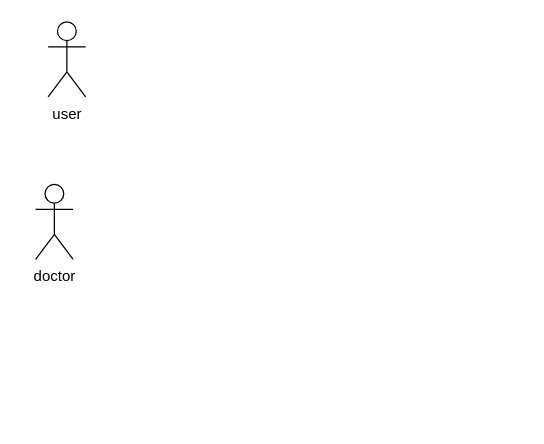
The draw.io diagram Authentication Use case.drawio in souravbiswassanto/Projects, before the edit. Source tidied: cells renumbered, new cells numbered last; positions are measured from the earlier drawing's top-left corner, leaving out a move shared by most shapes. Both pictures are drawn from the tidied source at 125%, with x=0, y=0 at pixel (35, 21).
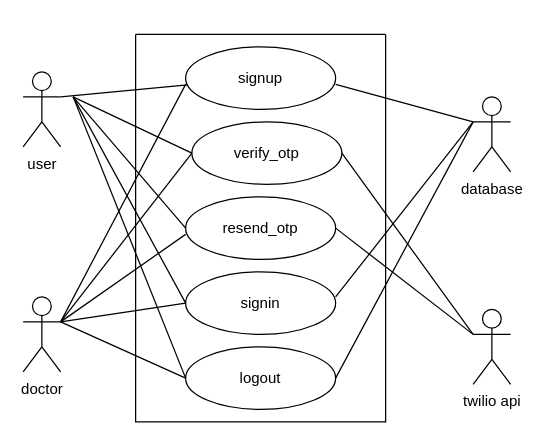
The same page after the edit.

Diff of the diagram source:
```diff
@@
     <mxCell id="2" value="user" style="shape=umlActor;verticalLabelPosition=bottom;verticalAlign=top;html=1;" parent="1" vertex="1">
-      <mxGeometry x="10" width="30" height="60" as="geometry" />
+      <mxGeometry x="-10" y="40" width="30" height="60" as="geometry" />
     </mxCell>
     <mxCell id="3" value="doctor" style="shape=umlActor;verticalLabelPosition=bottom;verticalAlign=top;html=1;" parent="1" vertex="1">
-      <mxGeometry y="130" width="30" height="60" as="geometry" />
+      <mxGeometry x="-10" y="220" width="30" height="60" as="geometry" />
     </mxCell>
+    <mxCell id="4" value="twilio api" style="shape=umlActor;verticalLabelPosition=bottom;verticalAlign=top;html=1;" parent="1" vertex="1">
+      <mxGeometry x="350" y="230" width="30" height="60" as="geometry" />
+    </mxCell>
+    <mxCell id="5" style="swimlane;startSize=0;" parent="1" vertex="1">
+      <mxGeometry x="80" y="10" width="200" height="310" as="geometry" />
+    </mxCell>
+    <mxCell id="6" value="signup" style="ellipse;whiteSpace=wrap;html=1;" parent="5" vertex="1">
+      <mxGeometry x="40" y="10" width="120" height="50" as="geometry" />
+    </mxCell>
+    <mxCell id="7" value="verify_otp" style="ellipse;whiteSpace=wrap;html=1;" parent="5" vertex="1">
+      <mxGeometry x="45" y="70" width="120" height="50" as="geometry" />
+    </mxCell>
+    <mxCell id="8" value="resend_otp" style="ellipse;whiteSpace=wrap;html=1;" parent="5" vertex="1">
+      <mxGeometry x="40" y="130" width="120" height="50" as="geometry" />
+    </mxCell>
+    <mxCell id="9" value="signin" style="ellipse;whiteSpace=wrap;html=1;" parent="5" vertex="1">
+      <mxGeometry x="40" y="190" width="120" height="50" as="geometry" />
+    </mxCell>
+    <mxCell id="10" value="logout" style="ellipse;whiteSpace=wrap;html=1;" parent="5" vertex="1">
+      <mxGeometry x="40" y="250" width="120" height="50" as="geometry" />
+    </mxCell>
+    <mxCell id="11" value="database" style="shape=umlActor;verticalLabelPosition=bottom;verticalAlign=top;html=1;outlineConnect=0;" parent="1" vertex="1">
+      <mxGeometry x="350" y="60" width="30" height="60" as="geometry" />
+    </mxCell>
+    <mxCell id="12" style="endArrow=none;html=1;rounded=0;" parent="1" edge="1" target="6">
+      <mxGeometry relative="1" as="geometry">
+        <mxPoint x="20" y="60" as="sourcePoint" />
+      </mxGeometry>
+    </mxCell>
+    <mxCell id="13" style="endArrow=none;html=1;rounded=0;entryX=0;entryY=0.6;entryDx=0;entryDy=0;entryPerimeter=0;" parent="1" edge="1" target="6">
+      <mxGeometry relative="1" as="geometry">
+        <mxPoint x="20" y="240" as="sourcePoint" />
+      </mxGeometry>
+    </mxCell>
+    <mxCell id="14" style="endArrow=none;html=1;rounded=0;exitX=1;exitY=0.6;exitDx=0;exitDy=0;exitPerimeter=0;entryX=0;entryY=0.3333333333333333;entryDx=0;entryDy=0;entryPerimeter=0;" parent="1" edge="1" source="6" target="11">
+      <mxGeometry relative="1" as="geometry" />
+    </mxCell>
+    <mxCell id="15" style="endArrow=none;html=1;rounded=0;entryX=0;entryY=0.5;entryDx=0;entryDy=0;" parent="1" edge="1" target="7">
+      <mxGeometry relative="1" as="geometry">
+        <mxPoint x="30" y="60" as="sourcePoint" />
+      </mxGeometry>
+    </mxCell>
+    <mxCell id="16" style="endArrow=none;html=1;rounded=0;exitX=1;exitY=0.5;exitDx=0;exitDy=0;" parent="1" edge="1" source="7">
+      <mxGeometry relative="1" as="geometry">
+        <mxPoint x="350" y="250" as="targetPoint" />
+      </mxGeometry>
+    </mxCell>
+    <mxCell id="17" style="endArrow=none;html=1;rounded=0;entryX=0;entryY=0.5;entryDx=0;entryDy=0;" parent="1" edge="1" target="7">
+      <mxGeometry relative="1" as="geometry">
+        <mxPoint x="20" y="240" as="sourcePoint" />
+      </mxGeometry>
+    </mxCell>
+    <mxCell id="18" style="endArrow=none;html=1;rounded=0;exitX=1;exitY=0.5;exitDx=0;exitDy=0;" parent="1" edge="1" source="8">
+      <mxGeometry relative="1" as="geometry">
+        <mxPoint x="350" y="250" as="targetPoint" />
+      </mxGeometry>
+    </mxCell>
+    <mxCell id="19" style="endArrow=none;html=1;rounded=0;" parent="1" edge="1">
+      <mxGeometry relative="1" as="geometry">
+        <mxPoint x="20" y="240" as="sourcePoint" />
+        <mxPoint x="120" y="170" as="targetPoint" />
+      </mxGeometry>
+    </mxCell>
+    <mxCell id="20" style="endArrow=none;html=1;rounded=0;entryX=0;entryY=0.5;entryDx=0;entryDy=0;" parent="1" edge="1" target="8">
+      <mxGeometry relative="1" as="geometry">
+        <mxPoint x="30" y="60" as="sourcePoint" />
+      </mxGeometry>
+    </mxCell>
+    <mxCell id="21" style="endArrow=none;html=1;rounded=0;entryX=0;entryY=0.5;entryDx=0;entryDy=0;" parent="1" edge="1" target="9">
+      <mxGeometry relative="1" as="geometry">
+        <mxPoint x="20" y="240" as="sourcePoint" />
+      </mxGeometry>
+    </mxCell>
+    <mxCell id="22" style="endArrow=none;html=1;rounded=0;exitX=0;exitY=0.5;exitDx=0;exitDy=0;" parent="1" edge="1" source="9">
+      <mxGeometry relative="1" as="geometry">
+        <mxPoint x="30" y="60" as="targetPoint" />
+      </mxGeometry>
+    </mxCell>
+    <mxCell id="23" style="endArrow=none;html=1;rounded=0;exitX=1;exitY=0.4;exitDx=0;exitDy=0;exitPerimeter=0;" parent="1" edge="1" source="9">
+      <mxGeometry relative="1" as="geometry">
+        <mxPoint x="350" y="80" as="targetPoint" />
+      </mxGeometry>
+    </mxCell>
+    <mxCell id="24" style="endArrow=none;html=1;rounded=0;exitX=0;exitY=0.5;exitDx=0;exitDy=0;" parent="1" edge="1" source="10">
+      <mxGeometry relative="1" as="geometry">
+        <mxPoint x="30" y="60" as="targetPoint" />
+      </mxGeometry>
+    </mxCell>
+    <mxCell id="25" style="endArrow=none;html=1;rounded=0;exitX=0;exitY=0.5;exitDx=0;exitDy=0;" parent="1" edge="1" source="10">
+      <mxGeometry relative="1" as="geometry">
+        <mxPoint x="20" y="240" as="targetPoint" />
+      </mxGeometry>
+    </mxCell>
+    <mxCell id="26" style="endArrow=none;html=1;rounded=0;exitX=1;exitY=0.5;exitDx=0;exitDy=0;" parent="1" edge="1" source="10">
+      <mxGeometry relative="1" as="geometry">
+        <mxPoint x="350" y="80" as="targetPoint" />
+      </mxGeometry>
+    </mxCell>
```
